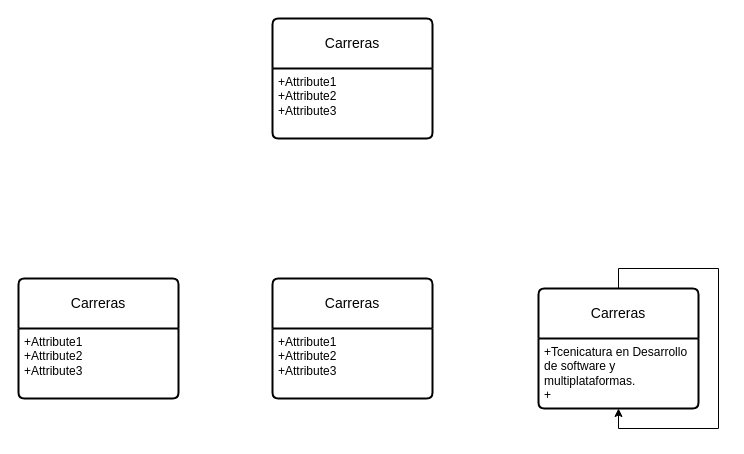
This is Untitled Diagram.drawio from Jolsman01/BasededatosIFODA, a draw.io file, before an edit. Source tidied: cells renumbered, new cells numbered last; positions are measured from the earlier drawing's top-left corner, leaving out a move shared by most shapes. Both pictures are drawn from the tidied source at 100%, with x=0, y=0 at pixel (18, 18).
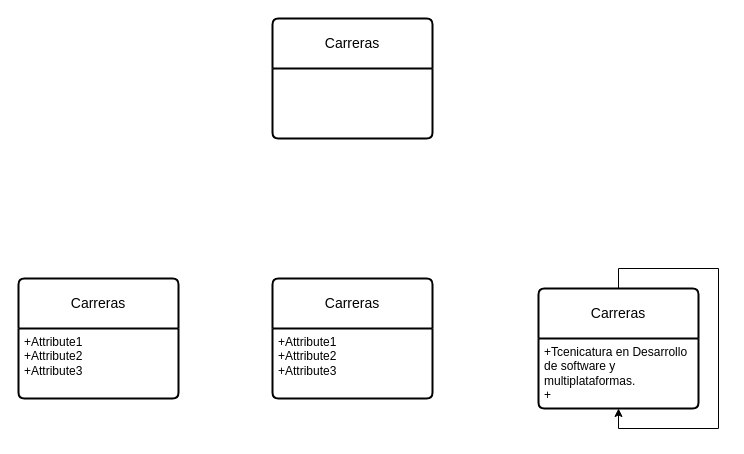
The same page after the edit.

The edit, as a diff of the source:
```diff
@@
 <mxGraphModel>
   <root>
     <mxCell id="0" />
     <mxCell id="1" parent="0" />
     <mxCell id="2" value="Carreras" style="swimlane;horizontal=1;startSize=50;rounded=1;fontSize=14;fontStyle=0;strokeWidth=2;shadow=0;dashed=0;align=center;arcSize=4;whiteSpace=wrap;html=1;" parent="1" vertex="1">
       <mxGeometry x="254" y="260" width="160" height="120" as="geometry" />
     </mxCell>
     <mxCell id="3" value="+Attribute1&#10;+Attribute2&#10;+Attribute3" style="align=left;strokeColor=none;fillColor=none;spacingLeft=4;spacingRight=4;fontSize=12;verticalAlign=top;html=1;whiteSpace=wrap;" parent="2" vertex="1">
       <mxGeometry y="50" width="160" height="70" as="geometry" />
     </mxCell>
     <mxCell id="4" value="Carreras" style="swimlane;horizontal=1;startSize=50;rounded=1;fontSize=14;fontStyle=0;strokeWidth=2;shadow=0;dashed=0;align=center;arcSize=4;whiteSpace=wrap;html=1;" parent="1" vertex="1">
       <mxGeometry y="260" width="160" height="120" as="geometry" />
     </mxCell>
     <mxCell id="5" value="+Attribute1&#10;+Attribute2&#10;+Attribute3" style="align=left;strokeColor=none;fillColor=none;spacingLeft=4;spacingRight=4;fontSize=12;verticalAlign=top;html=1;whiteSpace=wrap;" parent="4" vertex="1">
       <mxGeometry y="50" width="160" height="70" as="geometry" />
     </mxCell>
     <mxCell id="6" value="Carreras" style="swimlane;horizontal=1;startSize=50;rounded=1;fontSize=14;fontStyle=0;strokeWidth=2;shadow=0;dashed=0;align=center;arcSize=4;whiteSpace=wrap;html=1;" parent="1" vertex="1">
       <mxGeometry x="520" y="270" width="160" height="120" as="geometry" />
     </mxCell>
     <mxCell id="7" value="+Tcenicatura en Desarrollo de software y multiplataformas.&lt;div&gt;+&lt;/div&gt;" style="align=left;strokeColor=none;fillColor=none;spacingLeft=4;spacingRight=4;fontSize=12;verticalAlign=top;html=1;whiteSpace=wrap;" parent="6" vertex="1">
       <mxGeometry y="50" width="160" height="70" as="geometry" />
     </mxCell>
     <mxCell id="8" style="edgeStyle=orthogonalEdgeStyle;rounded=0;orthogonalLoop=1;jettySize=auto;html=1;exitX=0.5;exitY=0;exitDx=0;exitDy=0;" parent="1" edge="1" source="6" target="6">
       <mxGeometry relative="1" as="geometry" />
     </mxCell>
     <mxCell id="9" value="Carreras" style="swimlane;horizontal=1;startSize=50;rounded=1;fontSize=14;fontStyle=0;strokeWidth=2;shadow=0;dashed=0;align=center;arcSize=4;whiteSpace=wrap;html=1;" parent="1" vertex="1">
       <mxGeometry x="254" width="160" height="120" as="geometry" />
     </mxCell>
-    <mxCell id="10" value="+Attribute1&#10;+Attribute2&#10;+Attribute3" style="align=left;strokeColor=none;fillColor=none;spacingLeft=4;spacingRight=4;fontSize=12;verticalAlign=top;html=1;whiteSpace=wrap;" parent="9" vertex="1">
-      <mxGeometry y="50" width="160" height="70" as="geometry" />
-    </mxCell>
   </root>
 </mxGraphModel>
```
